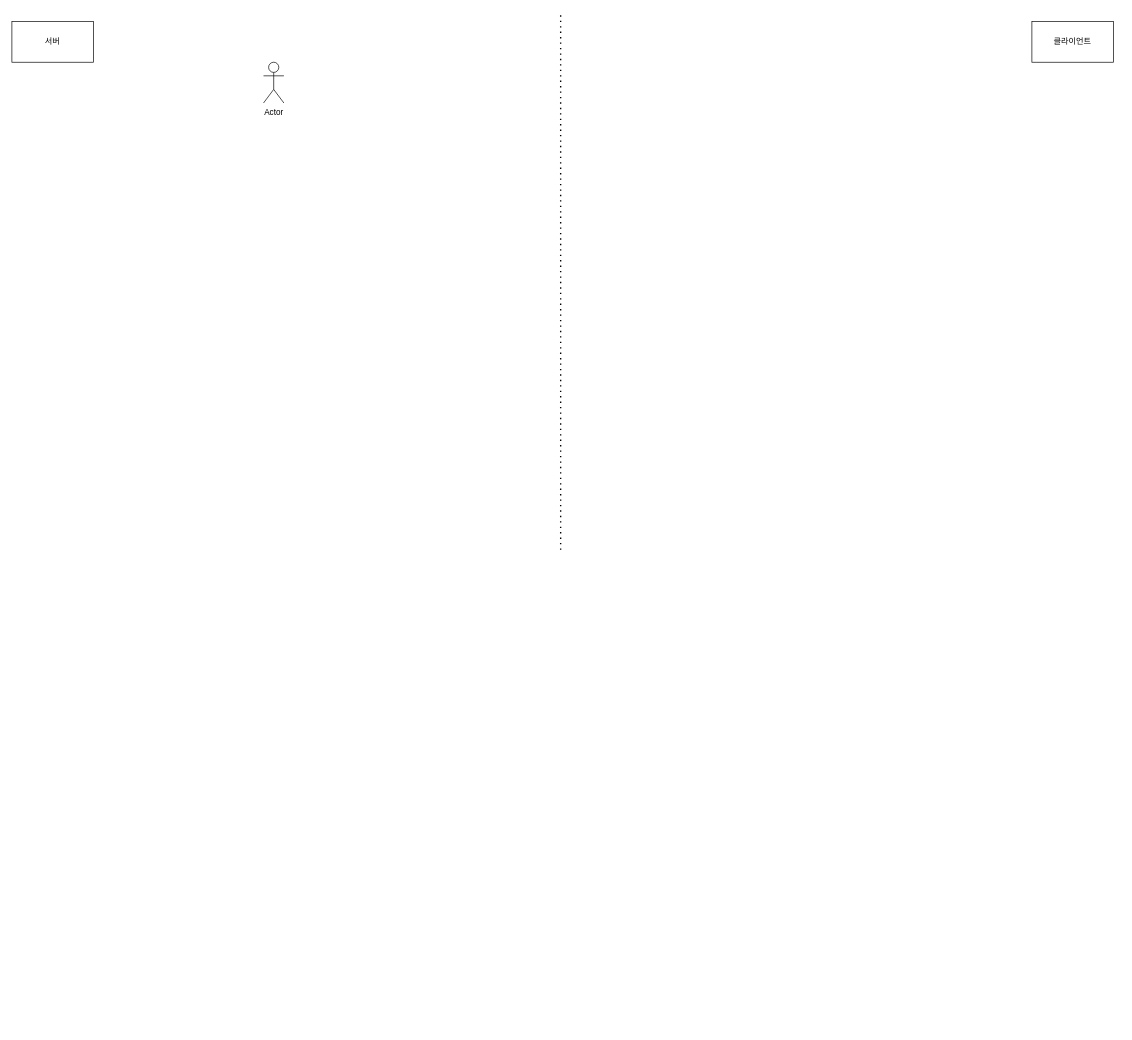
The draw.io diagram Untitled Diagram.drawio in riulwoo/playyard, before the edit. Source tidied: cells renumbered, new cells numbered last; positions are measured from the earlier drawing's top-left corner, leaving out a move shared by most shapes. Both pictures are drawn from the tidied source at 68%, with x=0, y=0 at pixel (12, 12).
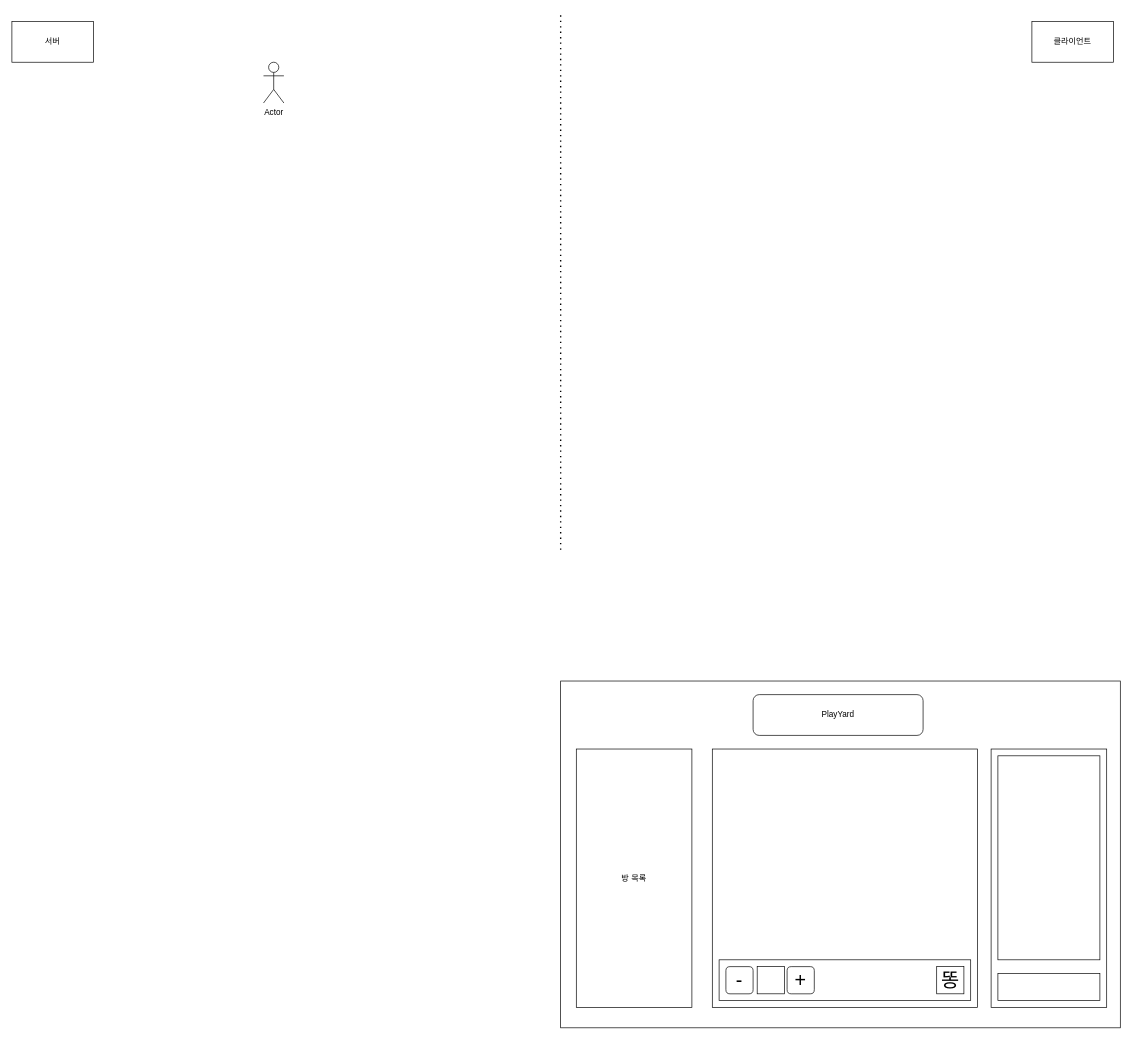
The same page after the edit.

Commit message:
220628 client_wireframe

Diff of the diagram source:
```diff
@@
 <mxGraphModel>
   <root>
     <mxCell id="0" />
     <mxCell id="1" parent="0" />
     <mxCell id="2" value="서버" style="rounded=0;whiteSpace=wrap;html=1;" parent="1" vertex="1">
       <mxGeometry y="13" width="120" height="60" as="geometry" />
     </mxCell>
     <mxCell id="3" value="클라이언트" style="rounded=0;whiteSpace=wrap;html=1;" parent="1" vertex="1">
       <mxGeometry x="1500" y="13" width="120" height="60" as="geometry" />
     </mxCell>
     <mxCell id="4" style="endArrow=none;dashed=1;html=1;dashPattern=1 3;strokeWidth=2;rounded=0;" parent="1" edge="1">
       <mxGeometry relative="1" as="geometry">
         <mxPoint x="807" y="790" as="sourcePoint" />
         <mxPoint x="807" as="targetPoint" />
       </mxGeometry>
     </mxCell>
     <mxCell id="5" value="Actor" style="shape=umlActor;verticalLabelPosition=bottom;verticalAlign=top;html=1;" parent="1" vertex="1">
       <mxGeometry x="370" y="73" width="30" height="60" as="geometry" />
     </mxCell>
+    <mxCell id="6" style="rounded=0;whiteSpace=wrap;html=1;" parent="1" vertex="1">
+      <mxGeometry x="807" y="983" width="823" height="510" as="geometry" />
+    </mxCell>
+    <mxCell id="7" style="rounded=0;whiteSpace=wrap;html=1;" parent="1" vertex="1">
+      <mxGeometry x="1030" y="1083" width="390" height="380" as="geometry" />
+    </mxCell>
+    <mxCell id="8" value="방 목록" style="rounded=0;whiteSpace=wrap;html=1;" parent="1" vertex="1">
+      <mxGeometry x="830" y="1083" width="170" height="380" as="geometry" />
+    </mxCell>
+    <mxCell id="9" style="rounded=0;whiteSpace=wrap;html=1;" parent="1" vertex="1">
+      <mxGeometry x="1440" y="1083" width="170" height="380" as="geometry" />
+    </mxCell>
+    <mxCell id="10" value="PlayYard" style="rounded=1;whiteSpace=wrap;html=1;" parent="1" vertex="1">
+      <mxGeometry x="1090" y="1003" width="250" height="60" as="geometry" />
+    </mxCell>
+    <mxCell id="11" style="rounded=0;whiteSpace=wrap;html=1;" parent="1" vertex="1">
+      <mxGeometry x="1040" y="1393" width="370" height="60" as="geometry" />
+    </mxCell>
+    <mxCell id="12" value="&lt;font style=&quot;font-size: 29px;&quot;&gt;-&lt;/font&gt;" style="rounded=1;whiteSpace=wrap;html=1;" parent="1" vertex="1">
+      <mxGeometry x="1050" y="1403" width="40" height="40" as="geometry" />
+    </mxCell>
+    <mxCell id="13" value="&lt;font style=&quot;font-size: 29px;&quot;&gt;+&lt;/font&gt;" style="rounded=1;whiteSpace=wrap;html=1;" parent="1" vertex="1">
+      <mxGeometry x="1140" y="1403" width="40" height="40" as="geometry" />
+    </mxCell>
+    <mxCell id="14" style="whiteSpace=wrap;html=1;fontSize=29;" parent="1" vertex="1">
+      <mxGeometry x="1096" y="1403" width="40" height="40" as="geometry" />
+    </mxCell>
+    <mxCell id="15" value="똥" style="whiteSpace=wrap;html=1;fontSize=29;" parent="1" vertex="1">
+      <mxGeometry x="1360" y="1403" width="40" height="40" as="geometry" />
+    </mxCell>
+    <mxCell id="16" style="rounded=0;whiteSpace=wrap;html=1;fontSize=29;" parent="1" vertex="1">
+      <mxGeometry x="1450" y="1413" width="150" height="40" as="geometry" />
+    </mxCell>
+    <mxCell id="17" style="rounded=0;whiteSpace=wrap;html=1;fontSize=29;" parent="1" vertex="1">
+      <mxGeometry x="1450" y="1093" width="150" height="300" as="geometry" />
+    </mxCell>
   </root>
 </mxGraphModel>
```
